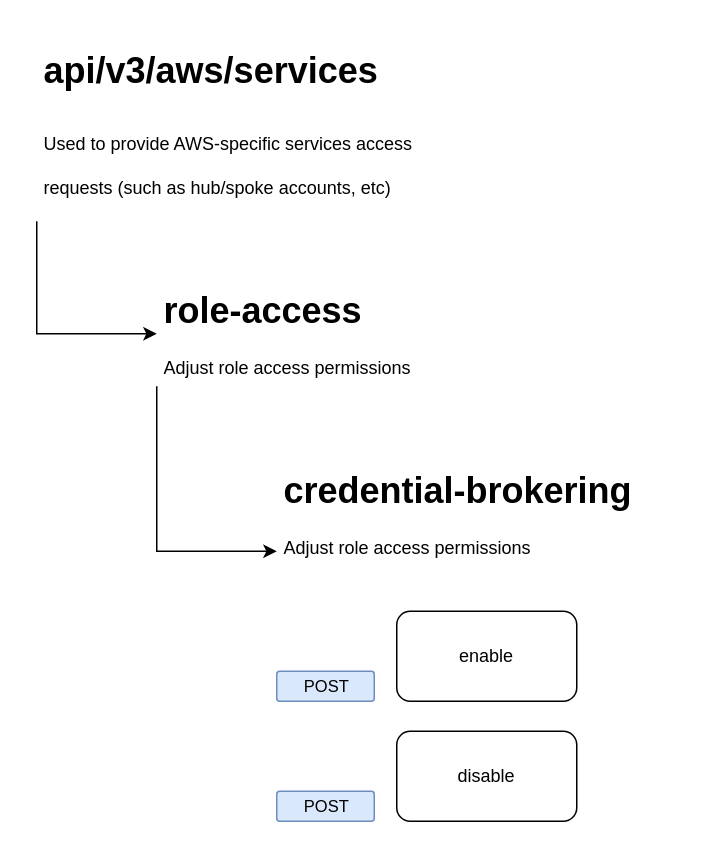
Earlier version of the draw.io diagram page "Role-Access" (2 of 2) of diagrams/API.drawio (WillNye/cloudumi). Source tidied: cells renumbered, new cells numbered last; positions are measured from the earlier drawing's top-left corner, leaving out a move shared by most shapes. Both pictures are drawn from the tidied source at 150%, with x=0, y=0 at pixel (36, 40).
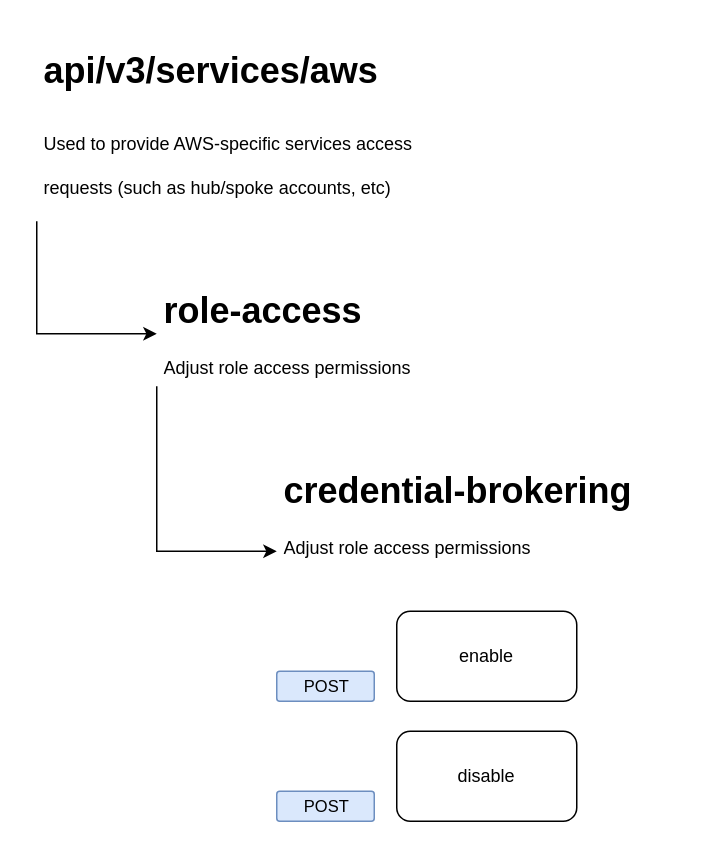
Above is the later version.

Commit message (it also covers changes not shown here):
Reverse aws and services, fix bugs

Change to the diagram source:
```diff
@@
 <mxGraphModel>
   <root>
     <mxCell id="0" />
     <mxCell id="1" parent="0" />
     <mxCell id="2" style="edgeStyle=orthogonalEdgeStyle;rounded=0;jettySize=auto;html=1;exitX=0;exitY=1;exitDx=0;exitDy=0;entryX=0;entryY=0.5;entryDx=0;entryDy=0;" parent="1" edge="1" source="3" target="4">
       <mxGeometry relative="1" as="geometry" />
     </mxCell>
-    <mxCell id="3" value="&lt;h1&gt;&lt;span&gt;api/v3/aws/services&lt;/span&gt;&lt;/h1&gt;&lt;h1&gt;&lt;span style=&quot;font-size: 12px ; font-weight: 400&quot;&gt;Used to provide AWS-specific services access requests (such as hub/spoke accounts, etc)&lt;/span&gt;&lt;/h1&gt;" style="text;html=1;strokeColor=none;fillColor=none;spacing=5;spacingTop=-20;whiteSpace=wrap;overflow=hidden;rounded=0;" parent="1" vertex="1">
+    <mxCell id="3" value="&lt;h1&gt;&lt;span&gt;api/v3/services/aws&lt;/span&gt;&lt;/h1&gt;&lt;h1&gt;&lt;span style=&quot;font-size: 12px ; font-weight: 400&quot;&gt;Used to provide AWS-specific services access requests (such as hub/spoke accounts, etc)&lt;/span&gt;&lt;/h1&gt;" style="text;html=1;strokeColor=none;fillColor=none;spacing=5;spacingTop=-20;whiteSpace=wrap;overflow=hidden;rounded=0;" parent="1" vertex="1">
       <mxGeometry width="270" height="120" as="geometry" />
     </mxCell>
     <mxCell id="4" value="&lt;h1&gt;role-access&lt;/h1&gt;&lt;p&gt;Adjust role access permissions&lt;/p&gt;" style="text;html=1;strokeColor=none;fillColor=none;spacing=5;spacingTop=-20;whiteSpace=wrap;overflow=hidden;rounded=0;" parent="1" vertex="1">
       <mxGeometry x="80" y="160" width="190" height="70" as="geometry" />
     </mxCell>
     <mxCell id="5" value="enable" style="rounded=1;whiteSpace=wrap;html=1;" parent="1" vertex="1">
       <mxGeometry x="240" y="380" width="120" height="60" as="geometry" />
     </mxCell>
     <mxCell id="6" value="POST" style="rounded=1;arcSize=10;fillColor=#dae8fc;strokeColor=#6c8ebf;html=1;fontSize=11;align=center;fontStyle=0;fontSize=11;sketch=0;" parent="1" vertex="1">
       <mxGeometry x="160" y="420" width="65" height="20" as="geometry" />
     </mxCell>
     <mxCell id="7" value="disable" style="rounded=1;whiteSpace=wrap;html=1;" parent="1" vertex="1">
       <mxGeometry x="240" y="460" width="120" height="60" as="geometry" />
     </mxCell>
     <mxCell id="8" value="POST" style="rounded=1;arcSize=10;fillColor=#dae8fc;strokeColor=#6c8ebf;html=1;fontSize=11;align=center;fontStyle=0;fontSize=11;sketch=0;" parent="1" vertex="1">
       <mxGeometry x="160" y="500" width="65" height="20" as="geometry" />
     </mxCell>
     <mxCell id="9" style="edgeStyle=orthogonalEdgeStyle;rounded=0;jettySize=auto;html=1;exitX=0;exitY=1;exitDx=0;exitDy=0;entryX=0;entryY=0.5;entryDx=0;entryDy=0;" parent="1" edge="1" source="4" target="10">
       <mxGeometry relative="1" as="geometry" />
     </mxCell>
     <mxCell id="10" value="&lt;h1&gt;credential-brokering&lt;/h1&gt;&lt;p&gt;Adjust role access permissions&lt;/p&gt;" style="text;html=1;strokeColor=none;fillColor=none;spacing=5;spacingTop=-20;whiteSpace=wrap;overflow=hidden;rounded=0;" parent="1" vertex="1">
       <mxGeometry x="160" y="280" width="280" height="120" as="geometry" />
     </mxCell>
   </root>
 </mxGraphModel>
```
